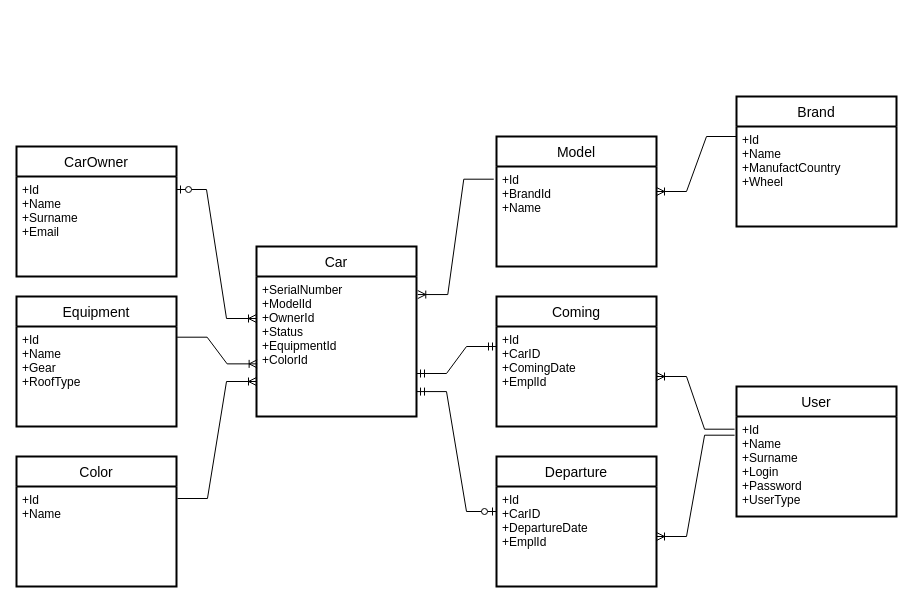
Before: page "Страница 1" (1 of 2) of docs/scheme/ER-diagram.drawio in taaanechka/bmstu-6th-sd, a draw.io diagram. Source tidied: cells renumbered, new cells numbered last; positions are measured from the earlier drawing's top-left corner, leaving out a move shared by most shapes. Both pictures are drawn from the tidied source at 100%, with x=0, y=0 at pixel (16, 96).
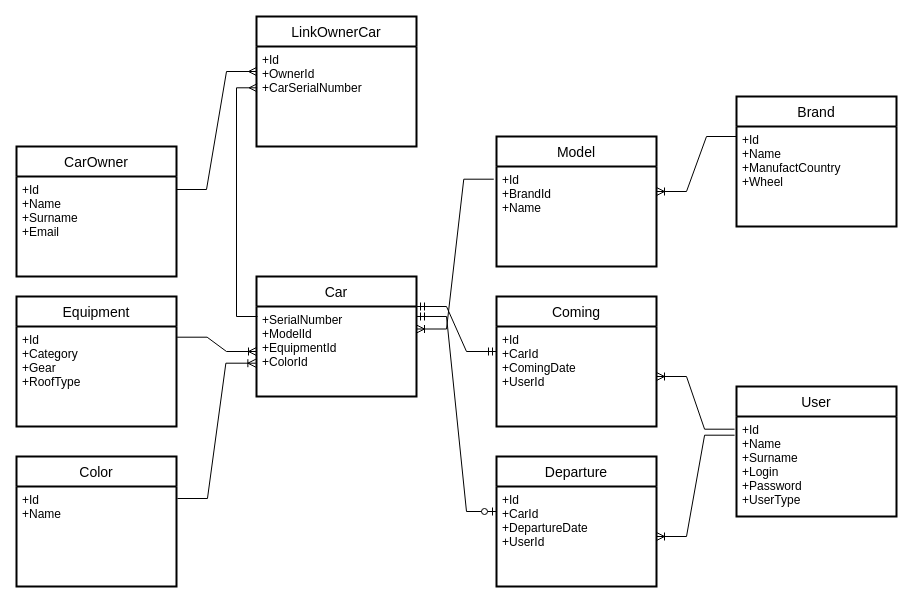
The same page after the edit.

The change refers to these unchanged cells:
```xml
<mxCell id="7" value="+Id&#10;+BrandId&#10;+Name" style="align=left;strokeColor=none;fillColor=none;spacingLeft=4;fontSize=12;verticalAlign=top;" parent="6" vertex="1">
  <mxGeometry y="30" width="160" height="100" as="geometry" />
</mxCell>
<mxCell id="10" value="Equipment" style="swimlane;horizontal=1;startSize=30;fontSize=14;fontStyle=0;strokeWidth=2;shadow=0;dashed=0;align=center;" parent="1" vertex="1">
  <mxGeometry y="200" width="160" height="130" as="geometry" />
</mxCell>
<mxCell id="14" value="+Id&#10;+Name" style="align=left;strokeColor=none;fillColor=none;spacingLeft=4;fontSize=12;verticalAlign=top;" parent="13" vertex="1">
  <mxGeometry y="30" width="160" height="100" as="geometry" />
</mxCell>
<mxCell id="17" value="Coming" style="swimlane;horizontal=1;startSize=30;fontSize=14;fontStyle=0;strokeWidth=2;shadow=0;dashed=0;align=center;" parent="1" vertex="1">
  <mxGeometry x="480" y="200" width="160" height="130" as="geometry" />
</mxCell>
<mxCell id="19" value="Departure" style="swimlane;horizontal=1;startSize=30;fontSize=14;fontStyle=0;strokeWidth=2;shadow=0;dashed=0;align=center;fontColor=default;labelBackgroundColor=none;" parent="1" vertex="1">
  <mxGeometry x="480" y="360" width="160" height="130" as="geometry" />
</mxCell>
```

Change to the diagram source:
```diff
@@
     <mxCell id="2" value="Car" style="swimlane;horizontal=1;startSize=30;fontSize=14;fontStyle=0;strokeWidth=2;shadow=0;dashed=0;align=center;" parent="1" vertex="1">
-      <mxGeometry x="240" y="150" width="160" height="170" as="geometry" />
+      <mxGeometry x="240" y="180" width="160" height="120" as="geometry" />
     </mxCell>
-    <mxCell id="3" value="+SerialNumber&#10;+ModelId&#10;+OwnerId&#10;+Status&#10;+EquipmentId&#10;+ColorId" style="align=left;strokeColor=none;fillColor=none;spacingLeft=4;fontSize=12;verticalAlign=top;" parent="2" vertex="1">
-      <mxGeometry y="30" width="160" height="140" as="geometry" />
+    <mxCell id="3" value="+SerialNumber&#10;+ModelId&#10;+EquipmentId&#10;+ColorId" style="align=left;strokeColor=none;fillColor=none;spacingLeft=4;fontSize=12;verticalAlign=top;" parent="2" vertex="1">
+      <mxGeometry y="30" width="160" height="90" as="geometry" />
     </mxCell>
@@
-    <mxCell id="11" value="+Id&#10;+Name&#10;+Gear&#10;+RoofType" style="align=left;strokeColor=none;fillColor=none;spacingLeft=4;fontSize=12;verticalAlign=top;" parent="10" vertex="1">
+    <mxCell id="11" value="+Id&#10;+Category&#10;+Gear&#10;+RoofType" style="align=left;strokeColor=none;fillColor=none;spacingLeft=4;fontSize=12;verticalAlign=top;" parent="10" vertex="1">
       <mxGeometry y="30" width="160" height="100" as="geometry" />
     </mxCell>
-    <mxCell id="12" style="edgeStyle=entityRelationEdgeStyle;fontSize=12;html=1;endArrow=ERoneToMany;rounded=0;exitX=1.004;exitY=0.107;exitDx=0;exitDy=0;entryX=0.004;entryY=0.624;entryDx=0;entryDy=0;exitPerimeter=0;entryPerimeter=0;" parent="1" edge="1" source="11" target="3">
+    <mxCell id="12" style="edgeStyle=entityRelationEdgeStyle;fontSize=12;html=1;endArrow=ERoneToMany;rounded=0;exitX=1.004;exitY=0.107;exitDx=0;exitDy=0;entryX=0;entryY=0.5;entryDx=0;entryDy=0;exitPerimeter=0;" parent="1" edge="1" source="11" target="3">
       <mxGeometry relative="1" as="geometry" />
     </mxCell>
@@
-    <mxCell id="15" style="edgeStyle=entityRelationEdgeStyle;fontSize=12;html=1;endArrow=ERoneToMany;rounded=0;exitX=1.006;exitY=0.12;exitDx=0;exitDy=0;entryX=0;entryY=0.75;entryDx=0;entryDy=0;exitPerimeter=0;" parent="1" edge="1" source="14" target="3">
+    <mxCell id="15" style="edgeStyle=entityRelationEdgeStyle;fontSize=12;html=1;endArrow=ERoneToMany;rounded=0;exitX=1.006;exitY=0.12;exitDx=0;exitDy=0;entryX=-0.004;entryY=0.63;entryDx=0;entryDy=0;exitPerimeter=0;entryPerimeter=0;" parent="1" edge="1" source="14" target="3">
       <mxGeometry relative="1" as="geometry" />
     </mxCell>
-    <mxCell id="16" style="edgeStyle=entityRelationEdgeStyle;fontSize=12;html=1;endArrow=ERoneToMany;startArrow=ERzeroToOne;rounded=0;endFill=0;" parent="1" edge="1">
-      <mxGeometry relative="1" as="geometry">
-        <mxPoint x="160" y="93" as="sourcePoint" />
-        <mxPoint x="240" y="222" as="targetPoint" />
-      </mxGeometry>
-    </mxCell>
@@
-    <mxCell id="18" value="+Id&#10;+CarID&#10;+ComingDate&#10;+EmplId" style="align=left;strokeColor=none;fillColor=none;spacingLeft=4;fontSize=12;verticalAlign=top;" parent="17" vertex="1">
+    <mxCell id="18" value="+Id&#10;+CarId&#10;+ComingDate&#10;+UserId" style="align=left;strokeColor=none;fillColor=none;spacingLeft=4;fontSize=12;verticalAlign=top;" parent="17" vertex="1">
       <mxGeometry y="30" width="160" height="100" as="geometry" />
     </mxCell>
@@
-    <mxCell id="20" value="+Id&#10;+CarID&#10;+DepartureDate&#10;+EmplId" style="align=left;strokeColor=none;fillColor=none;spacingLeft=4;fontSize=12;verticalAlign=top;" parent="19" vertex="1">
+    <mxCell id="20" value="+Id&#10;+CarId&#10;+DepartureDate&#10;+UserId" style="align=left;strokeColor=none;fillColor=none;spacingLeft=4;fontSize=12;verticalAlign=top;" parent="19" vertex="1">
       <mxGeometry y="30" width="160" height="100" as="geometry" />
     </mxCell>
-    <mxCell id="21" style="edgeStyle=entityRelationEdgeStyle;fontSize=12;html=1;endArrow=ERmandOne;startArrow=ERmandOne;rounded=0;" parent="1" edge="1">
-      <mxGeometry relative="1" as="geometry">
-        <mxPoint x="400" y="277" as="sourcePoint" />
-        <mxPoint x="480" y="250" as="targetPoint" />
-      </mxGeometry>
+    <mxCell id="21" style="edgeStyle=entityRelationEdgeStyle;fontSize=12;html=1;endArrow=ERmandOne;startArrow=ERmandOne;rounded=0;entryX=0;entryY=0.25;entryDx=0;entryDy=0;exitX=1;exitY=0;exitDx=0;exitDy=0;" parent="1" edge="1" source="3" target="18">
+      <mxGeometry relative="1" as="geometry" />
     </mxCell>
-    <mxCell id="22" style="edgeStyle=entityRelationEdgeStyle;fontSize=12;html=1;endArrow=ERzeroToOne;startArrow=ERmandOne;rounded=0;exitX=1;exitY=0.822;exitDx=0;exitDy=0;exitPerimeter=0;" parent="1" edge="1" source="3">
+    <mxCell id="22" style="edgeStyle=entityRelationEdgeStyle;fontSize=12;html=1;endArrow=ERzeroToOne;startArrow=ERmandOne;rounded=0;exitX=1;exitY=0.111;exitDx=0;exitDy=0;exitPerimeter=0;" parent="1" edge="1" source="3">
       <mxGeometry relative="1" as="geometry">
         <mxPoint x="480" y="415" as="targetPoint" />
       </mxGeometry>
     </mxCell>
@@
-    <mxCell id="28" style="edgeStyle=entityRelationEdgeStyle;fontSize=12;html=1;endArrow=ERoneToMany;rounded=0;entryX=1.008;entryY=0.129;entryDx=0;entryDy=0;exitX=-0.017;exitY=0.127;exitDx=0;exitDy=0;exitPerimeter=0;entryPerimeter=0;" parent="1" edge="1" source="7" target="3">
+    <mxCell id="28" style="edgeStyle=entityRelationEdgeStyle;fontSize=12;html=1;endArrow=ERoneToMany;rounded=0;entryX=1;entryY=0.25;entryDx=0;entryDy=0;exitX=-0.017;exitY=0.127;exitDx=0;exitDy=0;exitPerimeter=0;" parent="1" edge="1" source="7" target="3">
       <mxGeometry relative="1" as="geometry" />
     </mxCell>
+    <mxCell id="29" value="LinkOwnerCar" style="swimlane;horizontal=1;startSize=30;fontSize=14;fontStyle=0;strokeWidth=2;shadow=0;dashed=0;align=center;" parent="1" vertex="1">
+      <mxGeometry x="240" y="-80" width="160" height="130" as="geometry" />
+    </mxCell>
+    <mxCell id="30" value="+Id&#10;+OwnerId&#10;+CarSerialNumber" style="align=left;strokeColor=none;fillColor=none;spacingLeft=4;fontSize=12;verticalAlign=top;" parent="29" vertex="1">
+      <mxGeometry y="30" width="160" height="100" as="geometry" />
+    </mxCell>
+    <mxCell id="31" style="edgeStyle=entityRelationEdgeStyle;fontSize=12;html=1;endArrow=ERmany;rounded=0;entryX=0;entryY=0.25;entryDx=0;entryDy=0;" parent="1" edge="1" target="30">
+      <mxGeometry relative="1" as="geometry">
+        <mxPoint x="160" y="93" as="sourcePoint" />
+      </mxGeometry>
+    </mxCell>
+    <mxCell id="32" style="edgeStyle=orthogonalEdgeStyle;fontSize=12;html=1;endArrow=ERmany;rounded=0;entryX=0.004;entryY=0.413;entryDx=0;entryDy=0;entryPerimeter=0;" parent="1" edge="1" target="30">
+      <mxGeometry relative="1" as="geometry">
+        <mxPoint x="241" y="220" as="sourcePoint" />
+        <Array as="points">
+          <mxPoint x="241" y="220" />
+          <mxPoint x="220" y="220" />
+          <mxPoint x="220" y="-9" />
+        </Array>
+      </mxGeometry>
+    </mxCell>
```
